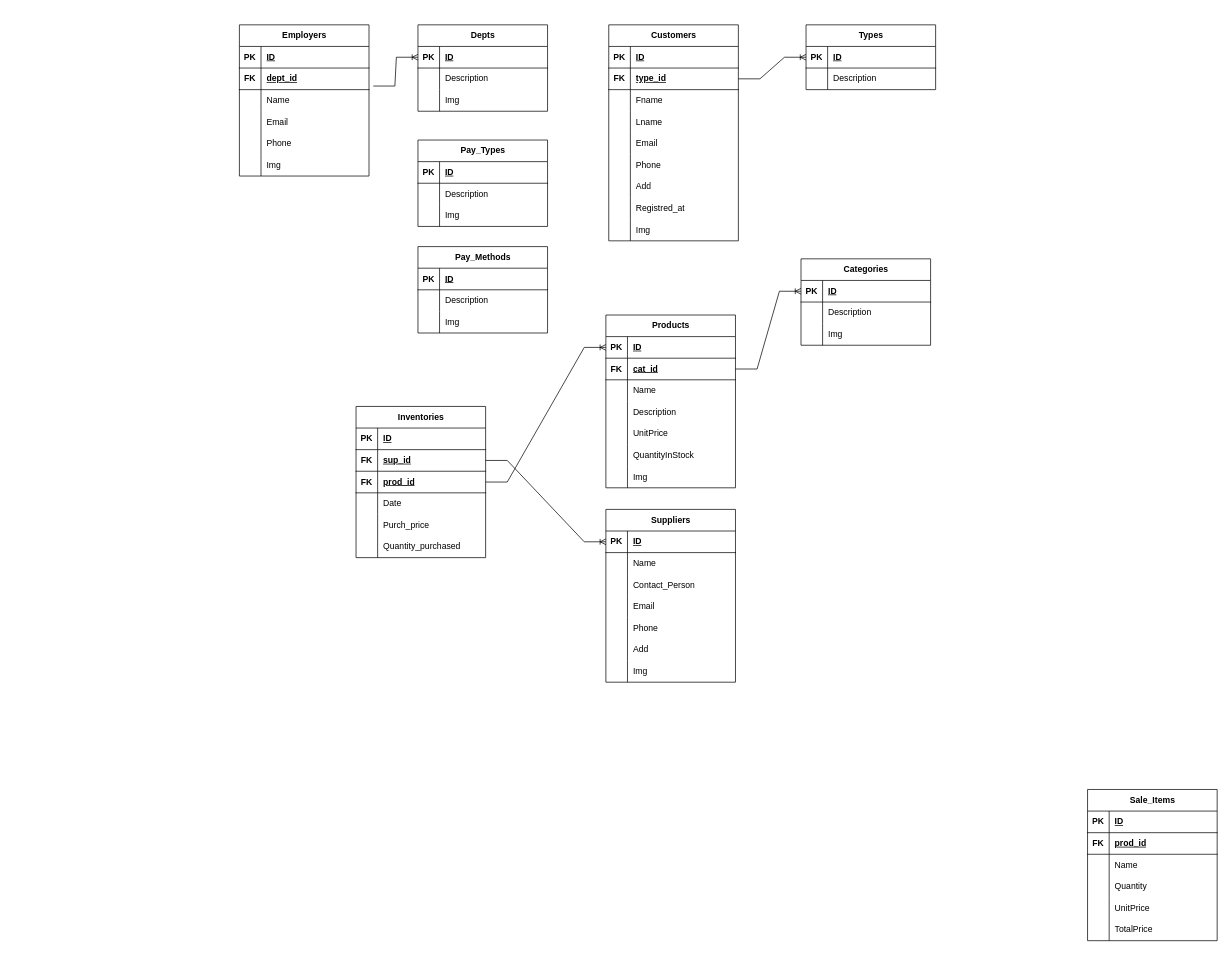
D4N73MY7H/ODOO_SHOP keeps this draw.io diagram as Untitled Diagram.drawio. Above is the earlier version. Source tidied: cells renumbered, new cells numbered last; positions are measured from the earlier drawing's top-left corner, leaving out a move shared by most shapes. Both pictures are drawn from the tidied source at 72%, with x=0, y=0 at pixel (239, 1).
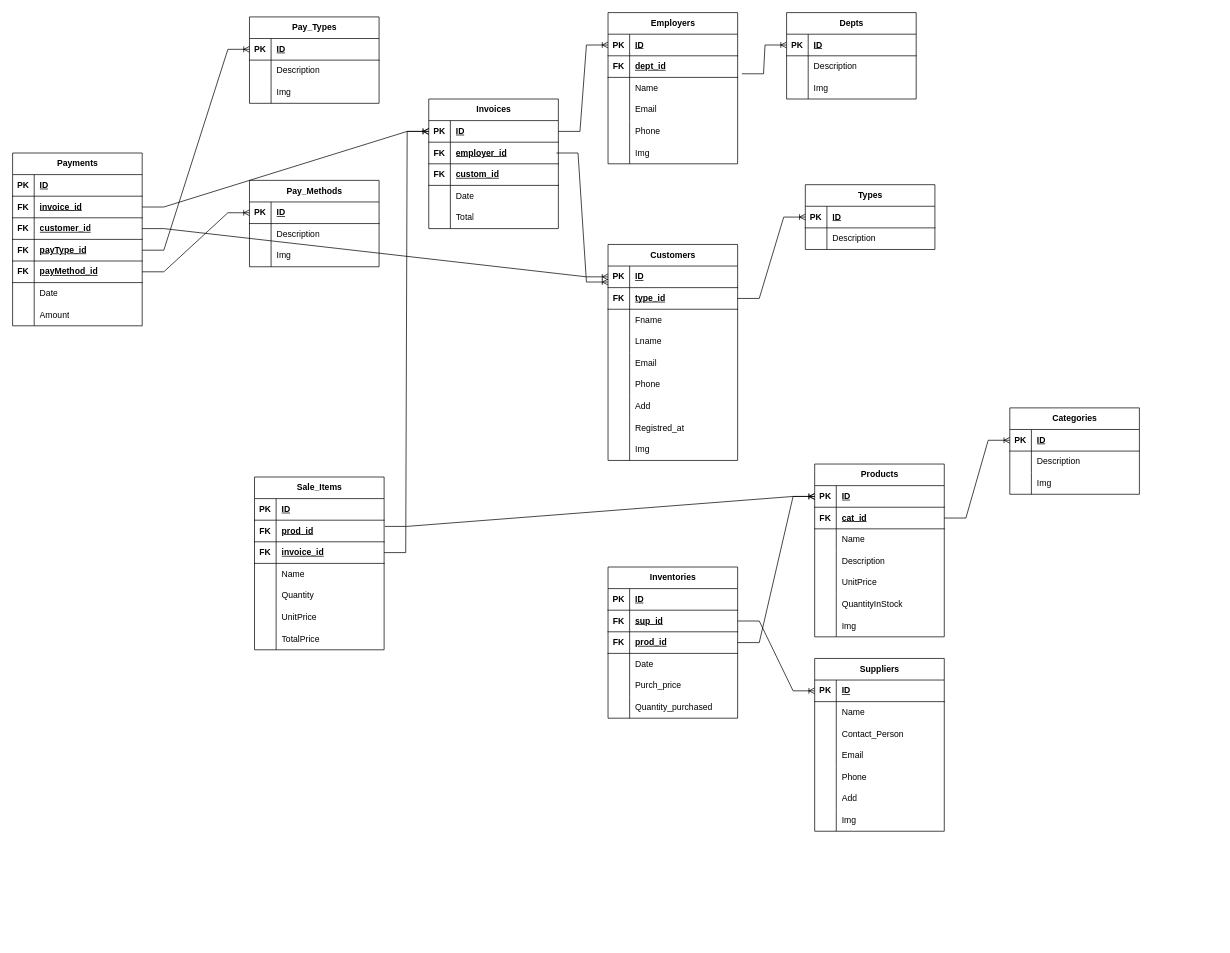
The same diagram, later.

The change refers to these unchanged cells:
```xml
<mxCell id="13" style="shape=tableRow;horizontal=0;startSize=0;swimlaneHead=0;swimlaneBody=0;fillColor=none;points=[[0,0.5],[1,0.5]];portConstraint=eastwest;top=0;left=0;right=0;bottom=1;" parent="12" vertex="1">
  <mxGeometry y="30" width="180" height="30" as="geometry" />
</mxCell>
<mxCell id="30" style="shape=tableRow;horizontal=0;startSize=0;swimlaneHead=0;swimlaneBody=0;fillColor=none;points=[[0,0.5],[1,0.5]];portConstraint=eastwest;top=0;left=0;right=0;bottom=1;" parent="29" vertex="1">
  <mxGeometry y="30" width="180" height="30" as="geometry" />
</mxCell>
<mxCell id="40" style="shape=tableRow;horizontal=0;startSize=0;swimlaneHead=0;swimlaneBody=0;fillColor=none;points=[[0,0.5],[1,0.5]];portConstraint=eastwest;top=0;left=0;right=0;bottom=1;" parent="39" vertex="1">
  <mxGeometry y="30" width="180" height="30" as="geometry" />
</mxCell>
<mxCell id="50" style="shape=tableRow;horizontal=0;startSize=0;swimlaneHead=0;swimlaneBody=0;fillColor=none;points=[[0,0.5],[1,0.5]];portConstraint=eastwest;top=0;left=0;right=0;bottom=1;" parent="49" vertex="1">
  <mxGeometry y="30" width="180" height="30" as="geometry" />
</mxCell>
<mxCell id="69" style="shape=tableRow;horizontal=0;startSize=0;swimlaneHead=0;swimlaneBody=0;fillColor=none;points=[[0,0.5],[1,0.5]];portConstraint=eastwest;top=0;left=0;right=0;bottom=1;" parent="68" vertex="1">
  <mxGeometry y="30" width="180" height="30" as="geometry" />
</mxCell>
<mxCell id="72" style="shape=tableRow;horizontal=0;startSize=0;swimlaneHead=0;swimlaneBody=0;fillColor=none;points=[[0,0.5],[1,0.5]];portConstraint=eastwest;top=0;left=0;right=0;bottom=1;" parent="68" vertex="1">
  <mxGeometry y="60" width="180" height="30" as="geometry" />
</mxCell>
<mxCell id="97" style="shape=tableRow;horizontal=0;startSize=0;swimlaneHead=0;swimlaneBody=0;fillColor=none;points=[[0,0.5],[1,0.5]];portConstraint=eastwest;top=0;left=0;right=0;bottom=1;" parent="96" vertex="1">
  <mxGeometry y="30" width="180" height="30" as="geometry" />
</mxCell>
<mxCell id="119" style="shape=tableRow;horizontal=0;startSize=0;swimlaneHead=0;swimlaneBody=0;fillColor=none;points=[[0,0.5],[1,0.5]];portConstraint=eastwest;top=0;left=0;right=0;bottom=1;" parent="118" vertex="1">
  <mxGeometry y="30" width="180" height="30" as="geometry" />
</mxCell>
<mxCell id="144" style="shape=tableRow;horizontal=0;startSize=0;swimlaneHead=0;swimlaneBody=0;fillColor=none;points=[[0,0.5],[1,0.5]];portConstraint=eastwest;top=0;left=0;right=0;bottom=1;" parent="140" vertex="1">
  <mxGeometry y="60" width="180" height="30" as="geometry" />
</mxCell>
<mxCell id="163" style="shape=tableRow;horizontal=0;startSize=0;swimlaneHead=0;swimlaneBody=0;fillColor=none;points=[[0,0.5],[1,0.5]];portConstraint=eastwest;top=0;left=0;right=0;bottom=1;" parent="159" vertex="1">
  <mxGeometry y="60" width="180" height="30" as="geometry" />
</mxCell>
```

Diff of the diagram source:
```diff
@@
     <mxCell id="2" value="Depts" style="shape=table;startSize=30;childLayout=tableLayout;rowLines=0;fontStyle=1;align=center;html=1;" parent="1" vertex="1">
-      <mxGeometry x="248" y="32" width="180" height="120" as="geometry" />
+      <mxGeometry x="760" y="15" width="180" height="120" as="geometry" />
     </mxCell>
@@
     <mxCell id="12" value="Types" style="shape=table;startSize=30;childLayout=tableLayout;rowLines=0;fontStyle=1;align=center;html=1;" parent="1" vertex="1">
-      <mxGeometry x="787" y="32" width="180" height="90" as="geometry" />
+      <mxGeometry x="786" y="254" width="180" height="90" as="geometry" />
     </mxCell>
@@
     <mxCell id="19" value="Categories" style="shape=table;startSize=30;childLayout=tableLayout;rowLines=0;fontStyle=1;align=center;html=1;" parent="1" vertex="1">
-      <mxGeometry x="780" y="357" width="180" height="120" as="geometry" />
+      <mxGeometry x="1070" y="564" width="180" height="120" as="geometry" />
     </mxCell>
@@
     <mxCell id="29" value="Pay_Types" style="shape=table;startSize=30;childLayout=tableLayout;rowLines=0;fontStyle=1;align=center;html=1;" parent="1" vertex="1">
-      <mxGeometry x="248" y="192" width="180" height="120" as="geometry" />
+      <mxGeometry x="14" y="21" width="180" height="120" as="geometry" />
     </mxCell>
@@
     <mxCell id="39" value="Pay_Methods" style="shape=table;startSize=30;childLayout=tableLayout;rowLines=0;fontStyle=1;align=center;html=1;" parent="1" vertex="1">
-      <mxGeometry x="248" y="340" width="180" height="120" as="geometry" />
+      <mxGeometry x="14" y="248" width="180" height="120" as="geometry" />
     </mxCell>
@@
     <mxCell id="49" value="Employers" style="shape=table;startSize=30;childLayout=tableLayout;rowLines=0;fontStyle=1;align=center;html=1;" parent="1" vertex="1">
-      <mxGeometry y="32" width="180" height="210" as="geometry" />
+      <mxGeometry x="512" y="15" width="180" height="210" as="geometry" />
     </mxCell>
@@
     <mxCell id="68" value="Customers" style="shape=table;startSize=30;childLayout=tableLayout;rowLines=0;fontStyle=1;align=center;html=1;" parent="1" vertex="1">
-      <mxGeometry x="513" y="32" width="180" height="300" as="geometry" />
+      <mxGeometry x="512" y="337" width="180" height="300" as="geometry" />
     </mxCell>
@@
     <mxCell id="96" value="Suppliers" style="shape=table;startSize=30;childLayout=tableLayout;rowLines=0;fontStyle=1;align=center;html=1;" parent="1" vertex="1">
-      <mxGeometry x="509" y="705" width="180" height="240" as="geometry" />
+      <mxGeometry x="799" y="912" width="180" height="240" as="geometry" />
     </mxCell>
@@
     <mxCell id="118" value="Products" style="shape=table;startSize=30;childLayout=tableLayout;rowLines=0;fontStyle=1;align=center;html=1;" parent="1" vertex="1">
-      <mxGeometry x="509" y="435" width="180" height="240" as="geometry" />
+      <mxGeometry x="799" y="642" width="180" height="240" as="geometry" />
     </mxCell>
@@
     <mxCell id="140" value="Inventories" style="shape=table;startSize=30;childLayout=tableLayout;rowLines=0;fontStyle=1;align=center;html=1;" parent="1" vertex="1">
-      <mxGeometry x="162" y="562" width="180" height="210" as="geometry" />
+      <mxGeometry x="512" y="785" width="180" height="210" as="geometry" />
     </mxCell>
@@
+    <mxCell id="183" value="Invoices" style="shape=table;startSize=30;childLayout=tableLayout;rowLines=0;fontStyle=1;align=center;html=1;" parent="1" vertex="1">
+      <mxGeometry x="263" y="135" width="180" height="180" as="geometry" />
+    </mxCell>
+    <mxCell id="184" style="shape=tableRow;horizontal=0;startSize=0;swimlaneHead=0;swimlaneBody=0;fillColor=none;points=[[0,0.5],[1,0.5]];portConstraint=eastwest;top=0;left=0;right=0;bottom=1;" parent="183" vertex="1">
+      <mxGeometry y="30" width="180" height="30" as="geometry" />
+    </mxCell>
+    <mxCell id="185" value="PK" style="shape=partialRectangle;fillColor=none;top=0;left=0;bottom=0;right=0;fontStyle=1;overflow=hidden;whiteSpace=wrap;html=1;" parent="184" vertex="1">
+      <mxGeometry width="30" height="30" as="geometry" />
+    </mxCell>
+    <mxCell id="186" value="ID" style="shape=partialRectangle;fillColor=none;top=0;left=0;bottom=0;right=0;align=left;spacingLeft=6;fontStyle=5;overflow=hidden;whiteSpace=wrap;html=1;" parent="184" vertex="1">
+      <mxGeometry x="30" width="150" height="30" as="geometry" />
+    </mxCell>
+    <mxCell id="187" style="shape=tableRow;horizontal=0;startSize=0;swimlaneHead=0;swimlaneBody=0;fillColor=none;top=0;left=0;right=0;bottom=1;" parent="183" vertex="1">
+      <mxGeometry y="60" width="180" height="30" as="geometry" />
+    </mxCell>
+    <mxCell id="188" value="FK" style="shape=partialRectangle;fillColor=none;top=0;left=0;bottom=0;right=0;fontStyle=1;overflow=hidden;whiteSpace=wrap;html=1;" parent="187" vertex="1">
+      <mxGeometry width="30" height="30" as="geometry" />
+    </mxCell>
+    <mxCell id="189" value="employer_id" style="shape=partialRectangle;fillColor=none;top=0;left=0;bottom=0;right=0;align=left;spacingLeft=6;fontStyle=5;overflow=hidden;whiteSpace=wrap;html=1;" parent="187" vertex="1">
+      <mxGeometry x="30" width="150" height="30" as="geometry" />
+    </mxCell>
+    <mxCell id="190" style="shape=tableRow;horizontal=0;startSize=0;swimlaneHead=0;swimlaneBody=0;fillColor=none;top=0;left=0;right=0;bottom=1;" parent="183" vertex="1">
+      <mxGeometry y="90" width="180" height="30" as="geometry" />
+    </mxCell>
+    <mxCell id="191" value="FK" style="shape=partialRectangle;fillColor=none;top=0;left=0;bottom=0;right=0;fontStyle=1;overflow=hidden;whiteSpace=wrap;html=1;" parent="190" vertex="1">
+      <mxGeometry width="30" height="30" as="geometry" />
+    </mxCell>
+    <mxCell id="192" value="custom_id" style="shape=partialRectangle;fillColor=none;top=0;left=0;bottom=0;right=0;align=left;spacingLeft=6;fontStyle=5;overflow=hidden;whiteSpace=wrap;html=1;" parent="190" vertex="1">
+      <mxGeometry x="30" width="150" height="30" as="geometry" />
+    </mxCell>
+    <mxCell id="193" style="shape=tableRow;horizontal=0;startSize=0;swimlaneHead=0;swimlaneBody=0;fillColor=none;top=0;left=0;right=0;bottom=0;" parent="183" vertex="1">
+      <mxGeometry y="120" width="180" height="30" as="geometry" />
+    </mxCell>
+    <mxCell id="194" style="shape=partialRectangle;fillColor=none;top=0;left=0;bottom=0;right=0;overflow=hidden;whiteSpace=wrap;html=1;" parent="193" vertex="1">
+      <mxGeometry width="30" height="30" as="geometry" />
+    </mxCell>
+    <mxCell id="195" value="Date" style="shape=partialRectangle;fillColor=none;top=0;left=0;bottom=0;right=0;align=left;spacingLeft=6;overflow=hidden;whiteSpace=wrap;html=1;" parent="193" vertex="1">
+      <mxGeometry x="30" width="150" height="30" as="geometry" />
+    </mxCell>
+    <mxCell id="196" style="shape=tableRow;horizontal=0;startSize=0;swimlaneHead=0;swimlaneBody=0;fillColor=none;top=0;left=0;right=0;bottom=0;" parent="183" vertex="1">
+      <mxGeometry y="150" width="180" height="30" as="geometry" />
+    </mxCell>
+    <mxCell id="197" style="shape=partialRectangle;fillColor=none;top=0;left=0;bottom=0;right=0;overflow=hidden;whiteSpace=wrap;html=1;" parent="196" vertex="1">
+      <mxGeometry width="30" height="30" as="geometry" />
+    </mxCell>
+    <mxCell id="198" value="Total" style="shape=partialRectangle;fillColor=none;top=0;left=0;bottom=0;right=0;align=left;spacingLeft=6;overflow=hidden;whiteSpace=wrap;html=1;" parent="196" vertex="1">
+      <mxGeometry x="30" width="150" height="30" as="geometry" />
+    </mxCell>
     <mxCell id="159" value="Sale_Items" style="shape=table;startSize=30;childLayout=tableLayout;rowLines=0;fontStyle=1;align=center;html=1;" parent="1" vertex="1">
-      <mxGeometry x="1178" y="1094" width="180" height="210" as="geometry" />
+      <mxGeometry x="21" y="660" width="180" height="240" as="geometry" />
     </mxCell>
@@
+    <mxCell id="199" style="shape=tableRow;horizontal=0;startSize=0;swimlaneHead=0;swimlaneBody=0;fillColor=none;points=[[0,0.5],[1,0.5]];portConstraint=eastwest;top=0;left=0;right=0;bottom=1;" parent="159" vertex="1">
+      <mxGeometry y="90" width="180" height="30" as="geometry" />
+    </mxCell>
+    <mxCell id="200" value="FK" style="shape=partialRectangle;fillColor=none;top=0;left=0;bottom=0;right=0;fontStyle=1;overflow=hidden;whiteSpace=wrap;html=1;" parent="199" vertex="1">
+      <mxGeometry width="30" height="30" as="geometry" />
+    </mxCell>
+    <mxCell id="201" value="invoice_id" style="shape=partialRectangle;fillColor=none;top=0;left=0;bottom=0;right=0;align=left;spacingLeft=6;fontStyle=5;overflow=hidden;whiteSpace=wrap;html=1;" parent="199" vertex="1">
+      <mxGeometry x="30" width="150" height="30" as="geometry" />
+    </mxCell>
     <mxCell id="166" style="shape=tableRow;horizontal=0;startSize=0;swimlaneHead=0;swimlaneBody=0;fillColor=none;top=0;left=0;right=0;bottom=0;" parent="159" vertex="1">
-      <mxGeometry y="90" width="180" height="30" as="geometry" />
+      <mxGeometry y="120" width="180" height="30" as="geometry" />
     </mxCell>
@@
     <mxCell id="169" style="shape=tableRow;horizontal=0;startSize=0;swimlaneHead=0;swimlaneBody=0;fillColor=none;top=0;left=0;right=0;bottom=0;" parent="159" vertex="1">
-      <mxGeometry y="120" width="180" height="30" as="geometry" />
+      <mxGeometry y="150" width="180" height="30" as="geometry" />
     </mxCell>
@@
     <mxCell id="172" style="shape=tableRow;horizontal=0;startSize=0;swimlaneHead=0;swimlaneBody=0;fillColor=none;top=0;left=0;right=0;bottom=0;" parent="159" vertex="1">
-      <mxGeometry y="150" width="180" height="30" as="geometry" />
+      <mxGeometry y="180" width="180" height="30" as="geometry" />
     </mxCell>
@@
     <mxCell id="175" style="shape=tableRow;horizontal=0;startSize=0;swimlaneHead=0;swimlaneBody=0;fillColor=none;top=0;left=0;right=0;bottom=0;" parent="159" vertex="1">
-      <mxGeometry y="180" width="180" height="30" as="geometry" />
+      <mxGeometry y="210" width="180" height="30" as="geometry" />
     </mxCell>
@@
     <mxCell id="178" style="edgeStyle=entityRelationEdgeStyle;fontSize=12;html=1;endArrow=ERoneToMany;rounded=0;entryX=0;entryY=0.5;entryDx=0;entryDy=0;exitX=1;exitY=0.5;exitDx=0;exitDy=0;" parent="1" edge="1" source="72" target="13">
       <mxGeometry relative="1" as="geometry">
         <Array as="points">
-          <mxPoint x="974" y="36" />
-          <mxPoint x="980" />
+          <mxPoint x="973" y="258" />
+          <mxPoint x="979" y="222" />
         </Array>
       </mxGeometry>
     </mxCell>
@@
     <mxCell id="182" style="edgeStyle=entityRelationEdgeStyle;fontSize=12;html=1;endArrow=ERoneToMany;rounded=0;entryX=0;entryY=0.5;entryDx=0;entryDy=0;exitX=1;exitY=0.5;exitDx=0;exitDy=0;" parent="1" edge="1" source="144" target="97">
       <mxGeometry relative="1" as="geometry">
         <Array as="points">
-          <mxPoint x="442" y="669" />
-          <mxPoint x="465" y="689" />
-          <mxPoint x="1259" y="477" />
-          <mxPoint x="943" y="468" />
+          <mxPoint x="732" y="876" />
+          <mxPoint x="755" y="896" />
+          <mxPoint x="1549" y="684" />
+          <mxPoint x="1233" y="675" />
         </Array>
       </mxGeometry>
     </mxCell>
+    <mxCell id="202" value="Payments" style="shape=table;startSize=30;childLayout=tableLayout;rowLines=0;fontStyle=1;align=center;html=1;" parent="1" vertex="1">
+      <mxGeometry x="-315" y="210" width="180" height="240" as="geometry" />
+    </mxCell>
+    <mxCell id="203" style="shape=tableRow;horizontal=0;startSize=0;swimlaneHead=0;swimlaneBody=0;fillColor=none;top=0;left=0;right=0;bottom=1;" parent="202" vertex="1">
+      <mxGeometry y="30" width="180" height="30" as="geometry" />
+    </mxCell>
+    <mxCell id="204" value="PK" style="shape=partialRectangle;fillColor=none;top=0;left=0;bottom=0;right=0;fontStyle=1;overflow=hidden;whiteSpace=wrap;html=1;" parent="203" vertex="1">
+      <mxGeometry width="30" height="30" as="geometry" />
+    </mxCell>
+    <mxCell id="205" value="ID" style="shape=partialRectangle;fillColor=none;top=0;left=0;bottom=0;right=0;align=left;spacingLeft=6;fontStyle=5;overflow=hidden;whiteSpace=wrap;html=1;" parent="203" vertex="1">
+      <mxGeometry x="30" width="150" height="30" as="geometry" />
+    </mxCell>
+    <mxCell id="206" style="shape=tableRow;horizontal=0;startSize=0;swimlaneHead=0;swimlaneBody=0;fillColor=none;points=[[0,0.5],[1,0.5]];portConstraint=eastwest;top=0;left=0;right=0;bottom=1;" parent="202" vertex="1">
+      <mxGeometry y="60" width="180" height="30" as="geometry" />
+    </mxCell>
+    <mxCell id="207" value="FK" style="shape=partialRectangle;fillColor=none;top=0;left=0;bottom=0;right=0;fontStyle=1;overflow=hidden;whiteSpace=wrap;html=1;" parent="206" vertex="1">
+      <mxGeometry width="30" height="30" as="geometry" />
+    </mxCell>
+    <mxCell id="208" value="invoice_id" style="shape=partialRectangle;fillColor=none;top=0;left=0;bottom=0;right=0;align=left;spacingLeft=6;fontStyle=5;overflow=hidden;whiteSpace=wrap;html=1;" parent="206" vertex="1">
+      <mxGeometry x="30" width="150" height="30" as="geometry" />
+    </mxCell>
+    <mxCell id="209" style="shape=tableRow;horizontal=0;startSize=0;swimlaneHead=0;swimlaneBody=0;fillColor=none;points=[[0,0.5],[1,0.5]];portConstraint=eastwest;top=0;left=0;right=0;bottom=1;" parent="202" vertex="1">
+      <mxGeometry y="90" width="180" height="30" as="geometry" />
+    </mxCell>
+    <mxCell id="210" value="FK" style="shape=partialRectangle;fillColor=none;top=0;left=0;bottom=0;right=0;fontStyle=1;overflow=hidden;whiteSpace=wrap;html=1;" parent="209" vertex="1">
+      <mxGeometry width="30" height="30" as="geometry" />
+    </mxCell>
+    <mxCell id="211" value="customer_id" style="shape=partialRectangle;fillColor=none;top=0;left=0;bottom=0;right=0;align=left;spacingLeft=6;fontStyle=5;overflow=hidden;whiteSpace=wrap;html=1;" parent="209" vertex="1">
+      <mxGeometry x="30" width="150" height="30" as="geometry" />
+    </mxCell>
+    <mxCell id="212" style="shape=tableRow;horizontal=0;startSize=0;swimlaneHead=0;swimlaneBody=0;fillColor=none;points=[[0,0.5],[1,0.5]];portConstraint=eastwest;top=0;left=0;right=0;bottom=1;" parent="202" vertex="1">
+      <mxGeometry y="120" width="180" height="30" as="geometry" />
+    </mxCell>
+    <mxCell id="213" value="FK" style="shape=partialRectangle;fillColor=none;top=0;left=0;bottom=0;right=0;fontStyle=1;overflow=hidden;whiteSpace=wrap;html=1;" parent="212" vertex="1">
+      <mxGeometry width="30" height="30" as="geometry" />
+    </mxCell>
+    <mxCell id="214" value="payType_id" style="shape=partialRectangle;fillColor=none;top=0;left=0;bottom=0;right=0;align=left;spacingLeft=6;fontStyle=5;overflow=hidden;whiteSpace=wrap;html=1;" parent="212" vertex="1">
+      <mxGeometry x="30" width="150" height="30" as="geometry" />
+    </mxCell>
+    <mxCell id="215" style="shape=tableRow;horizontal=0;startSize=0;swimlaneHead=0;swimlaneBody=0;fillColor=none;points=[[0,0.5],[1,0.5]];portConstraint=eastwest;top=0;left=0;right=0;bottom=1;" parent="202" vertex="1">
+      <mxGeometry y="150" width="180" height="30" as="geometry" />
+    </mxCell>
+    <mxCell id="216" value="FK" style="shape=partialRectangle;fillColor=none;top=0;left=0;bottom=0;right=0;fontStyle=1;overflow=hidden;whiteSpace=wrap;html=1;" parent="215" vertex="1">
+      <mxGeometry width="30" height="30" as="geometry" />
+    </mxCell>
+    <mxCell id="217" value="payMethod_id" style="shape=partialRectangle;fillColor=none;top=0;left=0;bottom=0;right=0;align=left;spacingLeft=6;fontStyle=5;overflow=hidden;whiteSpace=wrap;html=1;" parent="215" vertex="1">
+      <mxGeometry x="30" width="150" height="30" as="geometry" />
+    </mxCell>
+    <mxCell id="218" style="shape=tableRow;horizontal=0;startSize=0;swimlaneHead=0;swimlaneBody=0;fillColor=none;top=0;left=0;right=0;bottom=0;" parent="202" vertex="1">
+      <mxGeometry y="180" width="180" height="30" as="geometry" />
+    </mxCell>
+    <mxCell id="219" style="shape=partialRectangle;fillColor=none;top=0;left=0;bottom=0;right=0;overflow=hidden;whiteSpace=wrap;html=1;" parent="218" vertex="1">
+      <mxGeometry width="30" height="30" as="geometry" />
+    </mxCell>
+    <mxCell id="220" value="Date" style="shape=partialRectangle;fillColor=none;top=0;left=0;bottom=0;right=0;align=left;spacingLeft=6;overflow=hidden;whiteSpace=wrap;html=1;" parent="218" vertex="1">
+      <mxGeometry x="30" width="150" height="30" as="geometry" />
+    </mxCell>
+    <mxCell id="221" style="shape=tableRow;horizontal=0;startSize=0;swimlaneHead=0;swimlaneBody=0;fillColor=none;top=0;left=0;right=0;bottom=0;" parent="202" vertex="1">
+      <mxGeometry y="210" width="180" height="30" as="geometry" />
+    </mxCell>
+    <mxCell id="222" style="shape=partialRectangle;fillColor=none;top=0;left=0;bottom=0;right=0;overflow=hidden;whiteSpace=wrap;html=1;" parent="221" vertex="1">
+      <mxGeometry width="30" height="30" as="geometry" />
+    </mxCell>
+    <mxCell id="223" value="Amount" style="shape=partialRectangle;fillColor=none;top=0;left=0;bottom=0;right=0;align=left;spacingLeft=6;overflow=hidden;whiteSpace=wrap;html=1;" parent="221" vertex="1">
+      <mxGeometry x="30" width="150" height="30" as="geometry" />
+    </mxCell>
+    <mxCell id="224" style="edgeStyle=entityRelationEdgeStyle;fontSize=12;html=1;endArrow=ERoneToMany;rounded=0;entryX=0;entryY=0.5;entryDx=0;entryDy=0;exitX=1;exitY=0.5;exitDx=0;exitDy=0;" parent="1" edge="1" source="184" target="50">
+      <mxGeometry relative="1" as="geometry" />
+    </mxCell>
+    <mxCell id="225" style="edgeStyle=entityRelationEdgeStyle;fontSize=12;html=1;endArrow=ERoneToMany;rounded=0;entryX=0.015;entryY=0.739;entryDx=0;entryDy=0;entryPerimeter=0;exitX=1;exitY=0.5;exitDx=0;exitDy=0;" parent="1" edge="1">
+      <mxGeometry relative="1" as="geometry">
+        <mxPoint x="440.3" y="210" as="sourcePoint" />
+        <mxPoint x="512" y="389.2" as="targetPoint" />
+      </mxGeometry>
+    </mxCell>
+    <mxCell id="226" style="edgeStyle=entityRelationEdgeStyle;fontSize=12;html=1;endArrow=ERoneToMany;rounded=0;exitX=1.006;exitY=0.288;exitDx=0;exitDy=0;exitPerimeter=0;entryX=0;entryY=0.5;entryDx=0;entryDy=0;" parent="1" edge="1" source="163" target="119">
+      <mxGeometry relative="1" as="geometry" />
+    </mxCell>
+    <mxCell id="227" style="edgeStyle=entityRelationEdgeStyle;fontSize=12;html=1;endArrow=ERoneToMany;rounded=0;exitX=1;exitY=0.5;exitDx=0;exitDy=0;entryX=0;entryY=0.5;entryDx=0;entryDy=0;" parent="1" edge="1" source="199" target="184">
+      <mxGeometry relative="1" as="geometry" />
+    </mxCell>
+    <mxCell id="228" style="edgeStyle=entityRelationEdgeStyle;fontSize=12;html=1;endArrow=ERoneToMany;rounded=0;exitX=1;exitY=0.5;exitDx=0;exitDy=0;entryX=0;entryY=0.5;entryDx=0;entryDy=0;" parent="1" edge="1" source="206" target="184">
+      <mxGeometry relative="1" as="geometry" />
+    </mxCell>
+    <mxCell id="229" style="edgeStyle=entityRelationEdgeStyle;fontSize=12;html=1;endArrow=ERoneToMany;rounded=0;exitX=1;exitY=0.5;exitDx=0;exitDy=0;" parent="1" edge="1" source="209" target="69">
+      <mxGeometry relative="1" as="geometry">
+        <Array as="points">
+          <mxPoint x="76" y="423" />
+        </Array>
+      </mxGeometry>
+    </mxCell>
+    <mxCell id="230" style="edgeStyle=entityRelationEdgeStyle;fontSize=12;html=1;endArrow=ERoneToMany;rounded=0;exitX=1;exitY=0.5;exitDx=0;exitDy=0;" parent="1" edge="1" source="215" target="40">
+      <mxGeometry relative="1" as="geometry" />
+    </mxCell>
+    <mxCell id="231" style="edgeStyle=entityRelationEdgeStyle;fontSize=12;html=1;endArrow=ERoneToMany;rounded=0;exitX=1;exitY=0.5;exitDx=0;exitDy=0;" parent="1" edge="1" source="212" target="30">
+      <mxGeometry relative="1" as="geometry" />
+    </mxCell>
```
